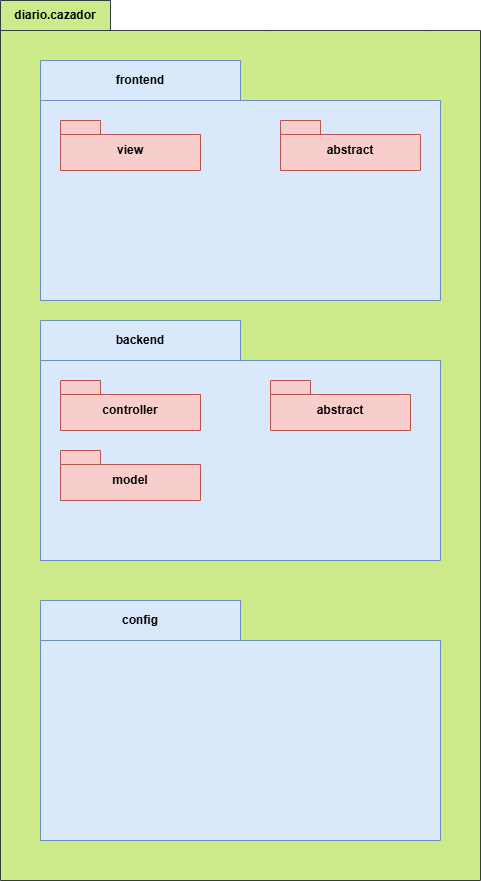
This is images/diagrama-de-paquetes.drawio.png from eduardosmoralesglez/diario-del-cazador-mhw, a draw.io export, as it was before one commit. Source tidied: cells renumbered, new cells last; positions are measured from the earlier drawing's top-left corner, leaving out a move shared by most shapes.
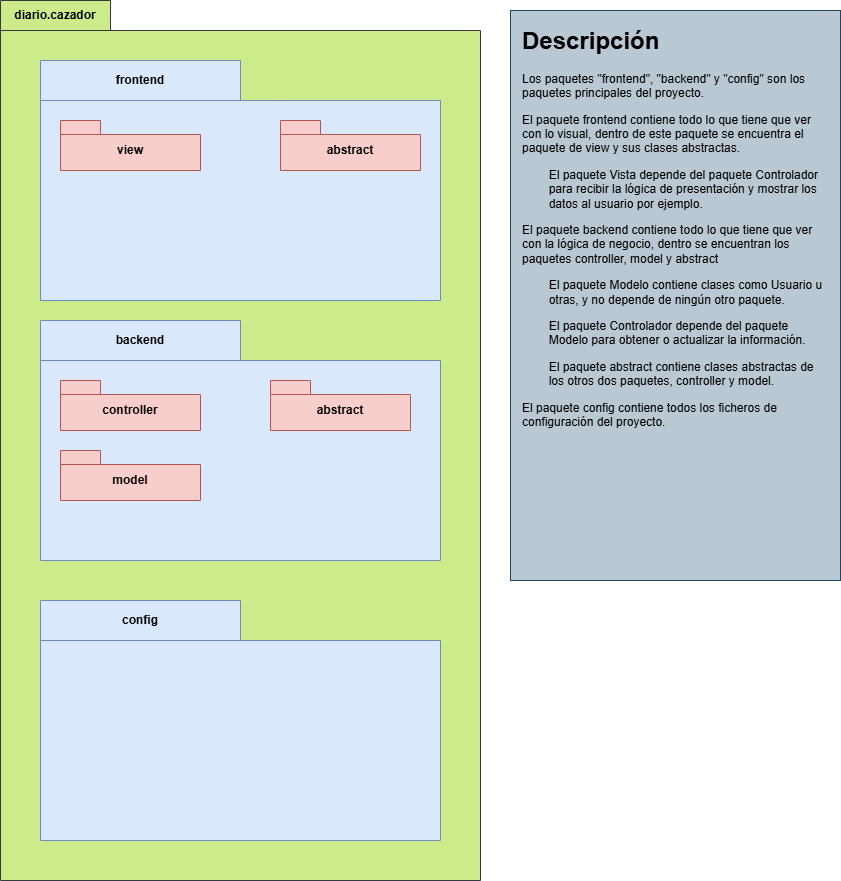
Above is the later version.

Diff of the diagram source:
```diff
@@ -2,6 +2,9 @@
   <root>
     <mxCell id="0" />
     <mxCell id="1" parent="0" />
+    <mxCell id="11" style="rounded=0;whiteSpace=wrap;html=1;fillColor=#bac8d3;strokeColor=#23445d;" parent="1" vertex="1">
+      <mxGeometry x="510" y="10" width="330" height="570" as="geometry" />
+    </mxCell>
     <mxCell id="2" value="diario.cazador" style="shape=folder;fontStyle=1;tabWidth=110;tabHeight=30;tabPosition=left;html=1;boundedLbl=1;labelInHeader=1;whiteSpace=wrap;fillColor=#cdeb8b;strokeColor=#36393d;" parent="1" vertex="1">
       <mxGeometry width="480" height="880" as="geometry" />
     </mxCell>
@@ -29,5 +32,8 @@
     <mxCell id="10" value="config" style="shape=folder;fontStyle=1;tabWidth=200;tabHeight=40;tabPosition=left;html=1;boundedLbl=1;labelInHeader=1;whiteSpace=wrap;fillColor=#dae8fc;strokeColor=#6c8ebf;" parent="2" vertex="1">
       <mxGeometry x="40" y="600" width="400" height="240" as="geometry" />
     </mxCell>
+    <mxCell id="12" value="&lt;h1 style=&quot;margin-top: 0px;&quot;&gt;Descripción&lt;/h1&gt;&lt;p&gt;Los paquetes &quot;frontend&quot;, &quot;backend&quot; y &quot;config&quot; son los paquetes principales del proyecto.&lt;/p&gt;&lt;p&gt;El paquete frontend contiene todo lo que tiene que ver con lo visual, dentro de este paquete se encuentra el paquete de view y sus clases abstractas.&lt;/p&gt;&lt;p&gt;&amp;nbsp;&lt;span style=&quot;white-space: pre;&quot;&gt;&#9;&lt;/span&gt;El paquete Vista depende del paquete Controlador &lt;span style=&quot;white-space: pre;&quot;&gt;&#9;&lt;/span&gt;para recibir la lógica de presentación y mostrar los &lt;span style=&quot;white-space: pre;&quot;&gt;&#9;&lt;/span&gt;datos al usuario por ejemplo.&lt;/p&gt;&lt;p&gt;El paquete backend contiene todo lo que tiene que ver con la lógica de negocio, dentro se encuentran los paquetes controller, model y abstract&lt;/p&gt;&lt;p&gt;&lt;span style=&quot;white-space: pre;&quot;&gt;&#9;&lt;/span&gt;El paquete Modelo contiene clases como Usuario u &lt;span style=&quot;white-space: pre;&quot;&gt;&#9;&lt;/span&gt;otras, y no depende de ningún otro paquete.&lt;/p&gt;&lt;p&gt;&lt;span style=&quot;background-color: transparent; color: light-dark(rgb(0, 0, 0), rgb(255, 255, 255));&quot;&gt;&lt;span style=&quot;white-space: pre;&quot;&gt;&#9;&lt;/span&gt;El paquete Controlador depende del paquete &lt;span style=&quot;white-space: pre;&quot;&gt;&#9;&lt;/span&gt;Modelo para obtener o actualizar la información.&lt;/span&gt;&lt;/p&gt;&lt;p&gt;&lt;span style=&quot;white-space: pre;&quot;&gt;&#9;&lt;/span&gt;El paquete abstract contiene clases abstractas de &lt;span style=&quot;white-space: pre;&quot;&gt;&#9;&lt;/span&gt;los otros dos paquetes, controller y model.&lt;/p&gt;&lt;p&gt;El paquete config contiene todos los ficheros de configuración del proyecto.&lt;/p&gt;&lt;p&gt;&lt;br&gt;&lt;/p&gt;" style="text;html=1;whiteSpace=wrap;overflow=hidden;rounded=0;" parent="1" vertex="1">
+      <mxGeometry x="520" y="20" width="310" height="550" as="geometry" />
+    </mxCell>
   </root>
 </mxGraphModel>
```
